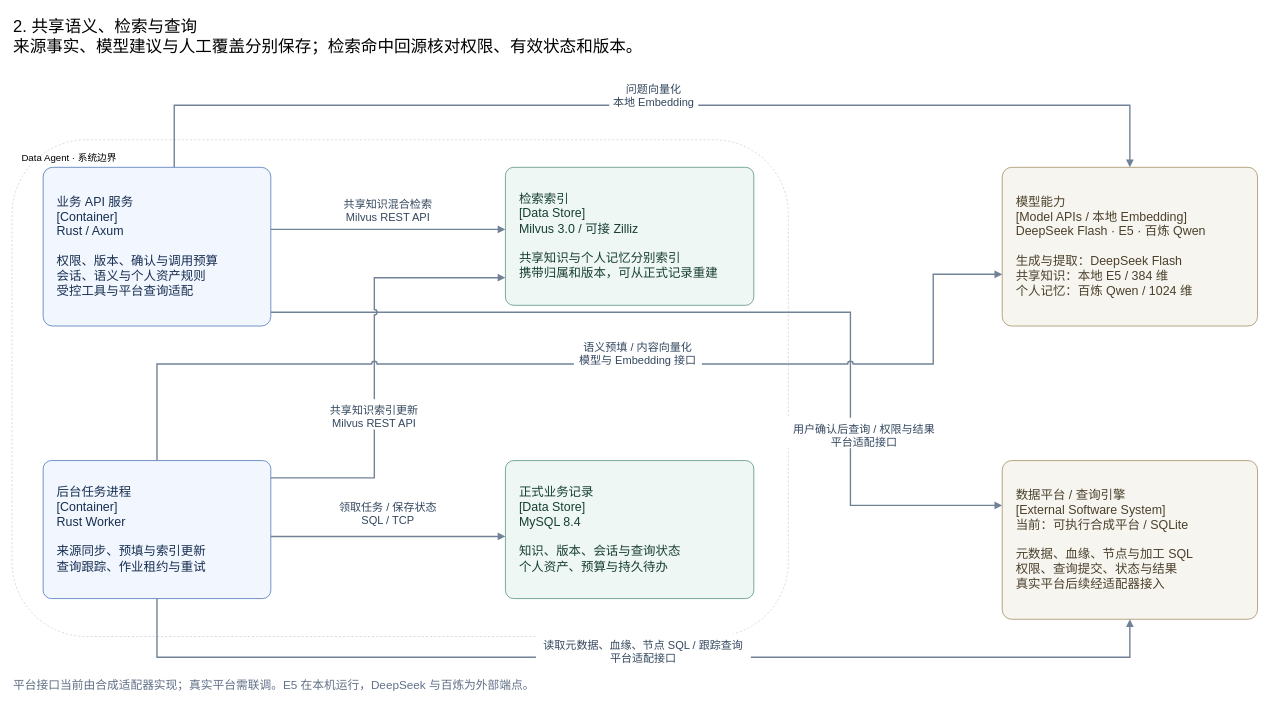
Above: page "共享语义、检索与查询" (3 of 4) of docs/architecture/data-agent-c4-container.drawio in yaoziyaoguai/data_agent (draw.io), before the change. Source tidied: cells renumbered, new cells numbered last; positions are measured from the earlier drawing's top-left corner, leaving out a move shared by most shapes. Both pictures are drawn from the tidied source at 69%, with x=0, y=0 at pixel (12, 12).
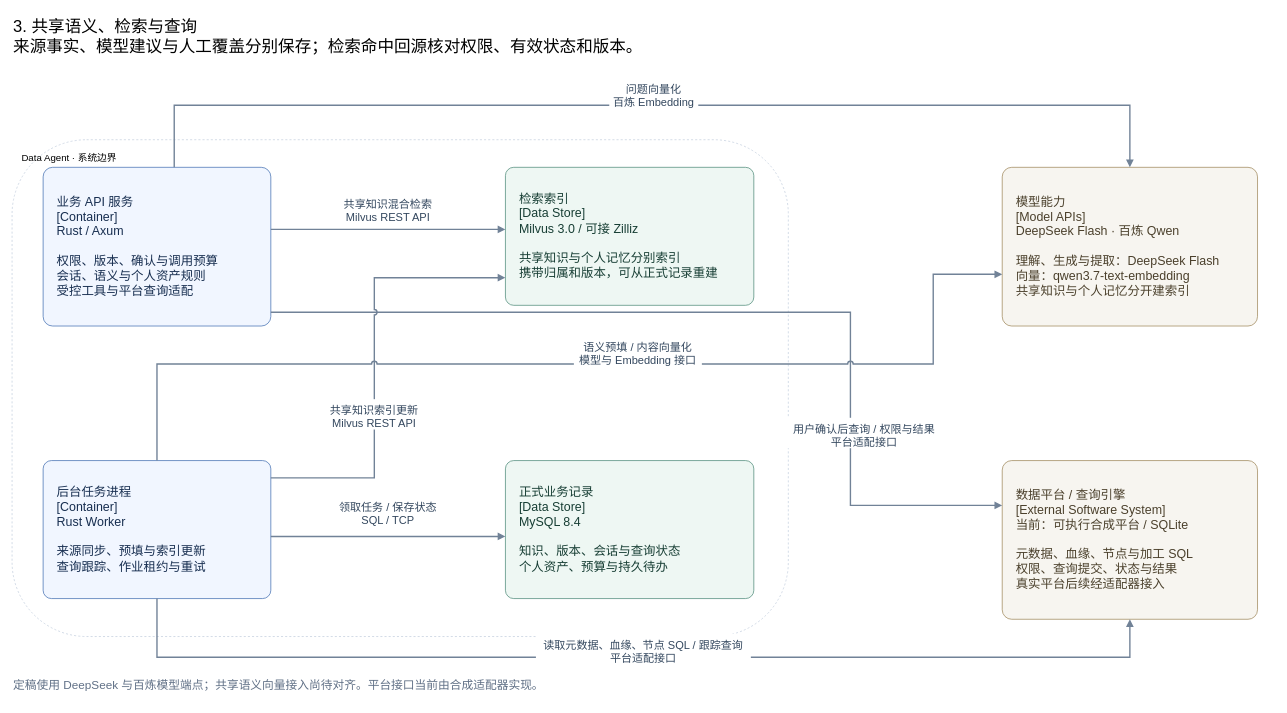
The same diagram, later.

What changed in the source:
```diff
@@
-    <mxCell id="2" value="2. 共享语义、检索与查询&#10;来源事实、模型建议与人工覆盖分别保存；检索命中回源核对权限、有效状态和版本。" style="text;html=0;align=left;fontSize=24;fontFamily=PingFang SC;" parent="1" vertex="1">
+    <mxCell id="2" value="3. 共享语义、检索与查询&#10;来源事实、模型建议与人工覆盖分别保存；检索命中回源核对权限、有效状态和版本。" style="text;html=0;align=left;fontSize=24;fontFamily=PingFang SC;" parent="1" vertex="1">
       <mxGeometry width="1750" height="70" as="geometry" />
     </mxCell>
@@
-    <mxCell id="6" value="模型能力&#10;[Model APIs / 本地 Embedding]&#10;DeepSeek Flash · E5 · 百炼 Qwen&#10;&#10;生成与提取：DeepSeek Flash&#10;共享知识：本地 E5 / 384 维&#10;个人记忆：百炼 Qwen / 1024 维" style="rounded=1;arcSize=6;whiteSpace=wrap;html=0;fillColor=#f7f5f0;strokeColor=#9a8050;fontColor=#4b402c;fontSize=18;fontFamily=PingFang SC;align=left;spacing=20;" parent="1" vertex="1">
+    <mxCell id="6" value="模型能力&#10;[Model APIs]&#10;DeepSeek Flash · 百炼 Qwen&#10;&#10;理解、生成与提取：DeepSeek Flash&#10;向量：qwen3.7-text-embedding&#10;共享知识与个人记忆分开建索引" style="rounded=1;arcSize=6;whiteSpace=wrap;html=0;fillColor=#f7f5f0;strokeColor=#9a8050;fontColor=#4b402c;fontSize=18;fontFamily=PingFang SC;align=left;spacing=20;" parent="1" vertex="1">
       <mxGeometry x="1435" y="225" width="370" height="230" as="geometry" />
     </mxCell>
@@
-    <mxCell id="13" value="问题向量化&#10;本地 Embedding" style="text;html=0;align=center;fontSize=16;fontColor=#33475e;fillColor=#ffffff;fontFamily=PingFang SC;" parent="1" vertex="1">
+    <mxCell id="13" value="问题向量化&#10;百炼 Embedding" style="text;html=0;align=center;fontSize=16;fontColor=#33475e;fillColor=#ffffff;fontFamily=PingFang SC;" parent="1" vertex="1">
       <mxGeometry x="865.5" y="96" width="129" height="44" as="geometry" />
     </mxCell>
@@
-    <mxCell id="24" value="平台接口当前由合成适配器实现；真实平台需联调。E5 在本机运行，DeepSeek 与百炼为外部端点。" style="text;html=0;align=left;fontSize=17;fontColor=#607086;fontFamily=PingFang SC;" parent="1" vertex="1">
+    <mxCell id="24" value="定稿使用 DeepSeek 与百炼模型端点；共享语义向量接入尚待对齐。平台接口当前由合成适配器实现。" style="text;html=0;align=left;fontSize=17;fontColor=#607086;fontFamily=PingFang SC;" parent="1" vertex="1">
       <mxGeometry y="958" width="1830" height="42" as="geometry" />
     </mxCell>
```
